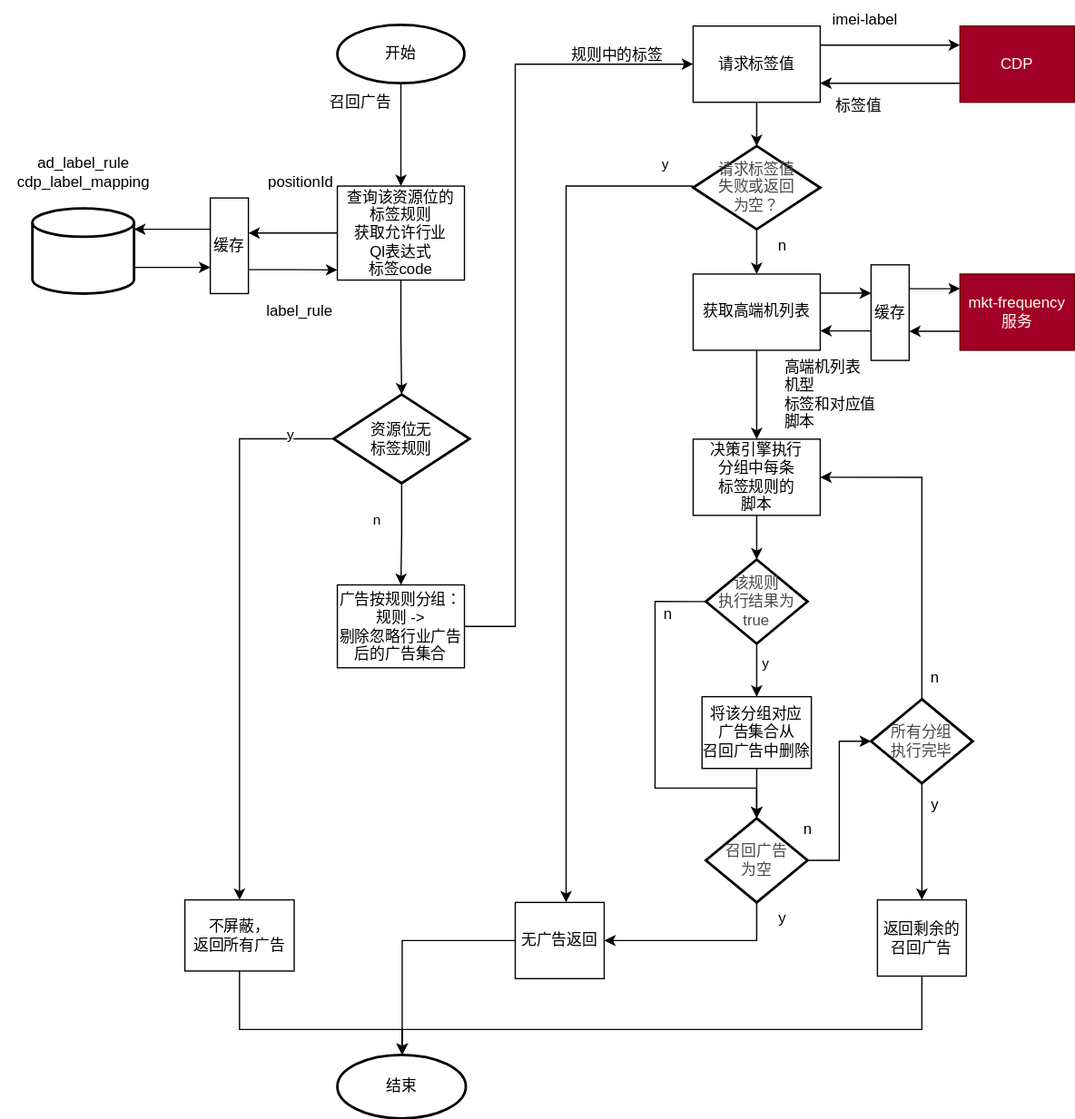
This is high-end-filter.svg from WorryFreeCafe/diagram, a draw.io export, as it was before one commit. Source tidied: cells renumbered, new cells last; positions are measured from the earlier drawing's top-left corner, leaving out a move shared by most shapes.
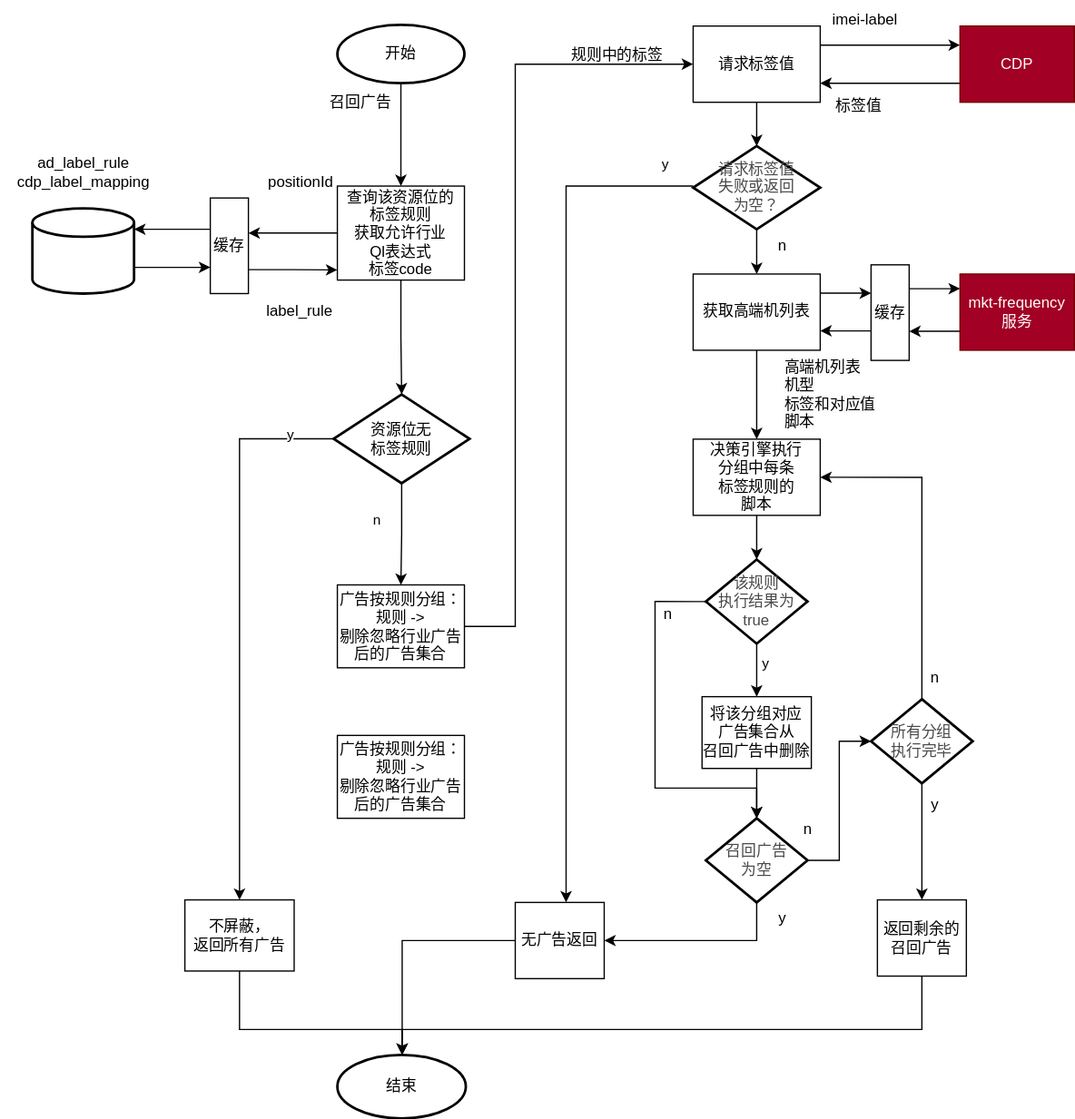
The same diagram one commit later.

What changed in the source:
```diff
@@ -279,5 +279,8 @@
     <mxCell id="70" value="规则中的标签" style="text;html=1;align=center;verticalAlign=middle;strokeColor=none;fillColor=none;" parent="1" vertex="1">
       <mxGeometry x="435" y="28" width="100" height="30" as="geometry" />
     </mxCell>
+    <mxCell id="71" value="广告按规则分组：&lt;br&gt;规则 -&amp;gt;&lt;br&gt;剔除忽略行业广告后的广告集合" style="rounded=0;whiteSpace=wrap;html=1;" parent="1" vertex="1">
+      <mxGeometry x="265" y="578.5" width="100" height="65.2" as="geometry" />
+    </mxCell>
   </root>
 </mxGraphModel>
```
